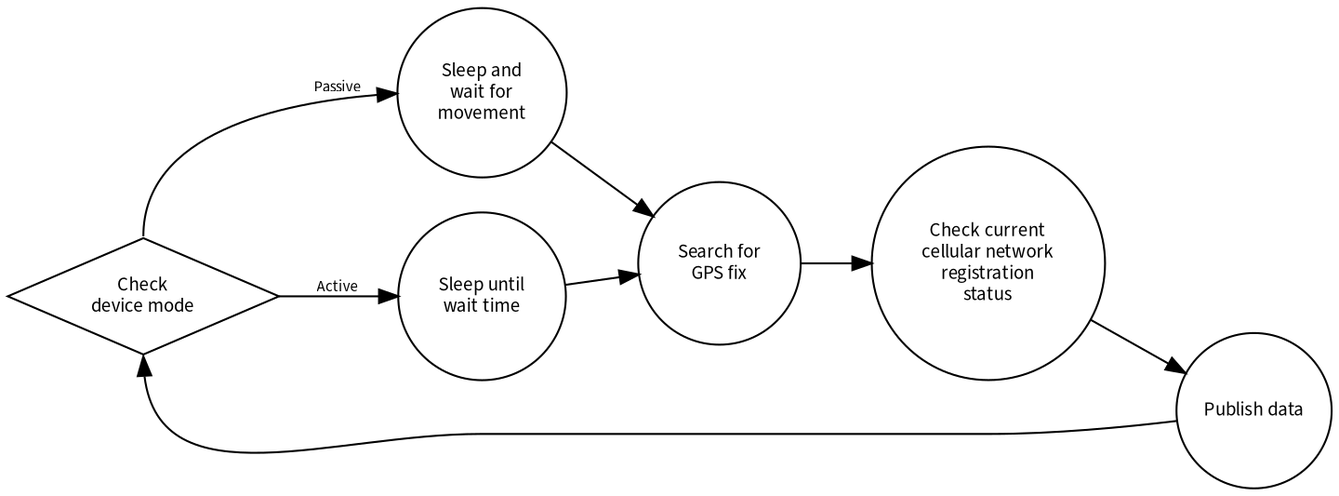
Above: docs/firmware/images/sequence.png in bifravst/bifravst (Graphviz), before the change. Its source is kept beside it as docs/firmware/images/sequence.dot.
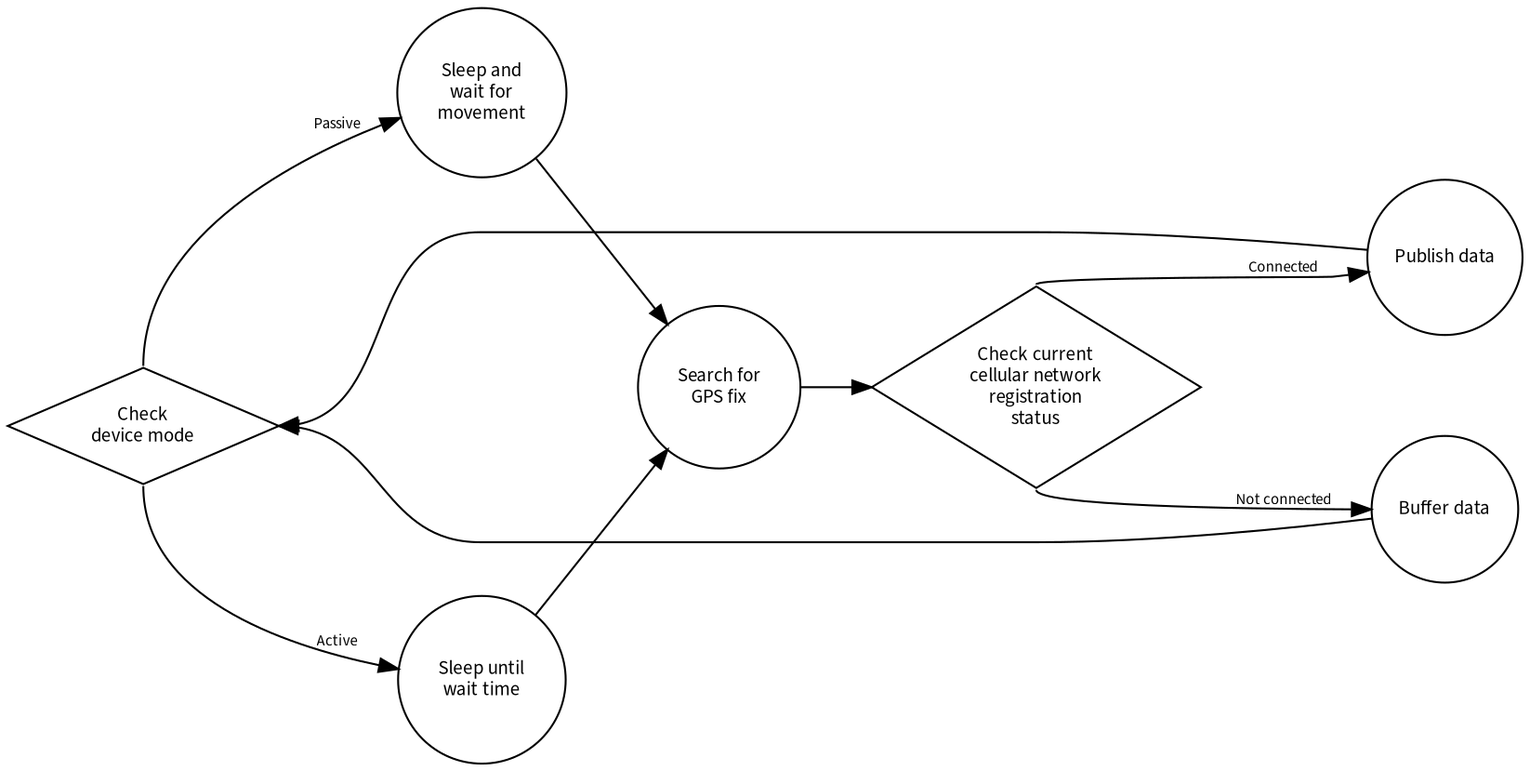
The same diagram one commit later.

Commit message:
feat(firmware): add buffer step

Diff of the diagram source:
```diff
@@ -5,13 +5,17 @@
     checkDeviceMode [ label="Check\ndevice mode" shape=diamond ]
     waitForMovement  [ label="Sleep and\nwait for\nmovement" shape=circle ]
     searchGPS [ label="Search for\nGPS fix" shape=circle ]
-    checkCellular [ label="Check current\ncellular network\nregistration\nstatus" shape=circle ]
+    checkCellular [ label="Check current\ncellular network\nregistration\nstatus" shape=diamond ]
     publish [ label="Publish data" shape=circle ]
+    buffer [ label="Buffer data" shape=circle ]
     sleepActive [ label="Sleep until\nwait time" shape=circle ]
-    checkDeviceMode:n -> waitForMovement [ label="Passive" ]
-    checkDeviceMode:e -> sleepActive [ label="Active" ]
+    checkDeviceMode -> waitForMovement [ label="Passive" ]
+    checkDeviceMode -> sleepActive [ label="Active" ]
     waitForMovement -> searchGPS
     sleepActive -> searchGPS
-    searchGPS -> checkCellular -> publish
-    publish -> checkDeviceMode:s
+    searchGPS -> checkCellular
+    checkCellular -> publish [ label="Connected" ]
+    checkCellular -> buffer [ label="Not connected" ]
+    publish -> checkDeviceMode
+    buffer -> checkDeviceMode
 }
```
